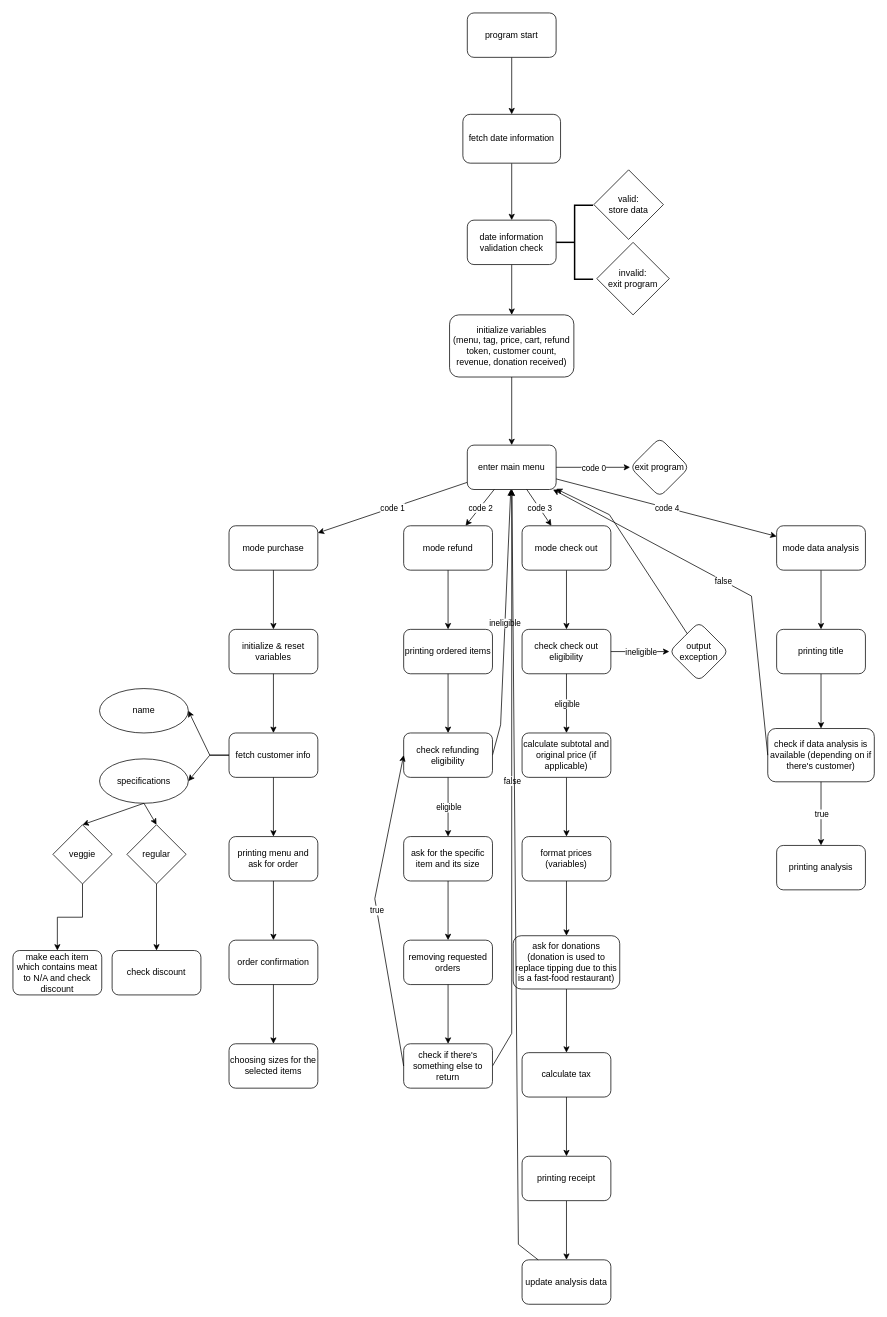
powersagitar/ICS2O1 keeps this draw.io diagram as src/nestedLoop/main/nested loop.drawio/drawio source document.drawio. Above is the earlier version. Source tidied: cells renumbered, new cells numbered last; positions are measured from the earlier drawing's top-left corner, leaving out a move shared by most shapes. Both pictures are drawn from the tidied source at 74%, with x=0, y=0 at pixel (13, 13).
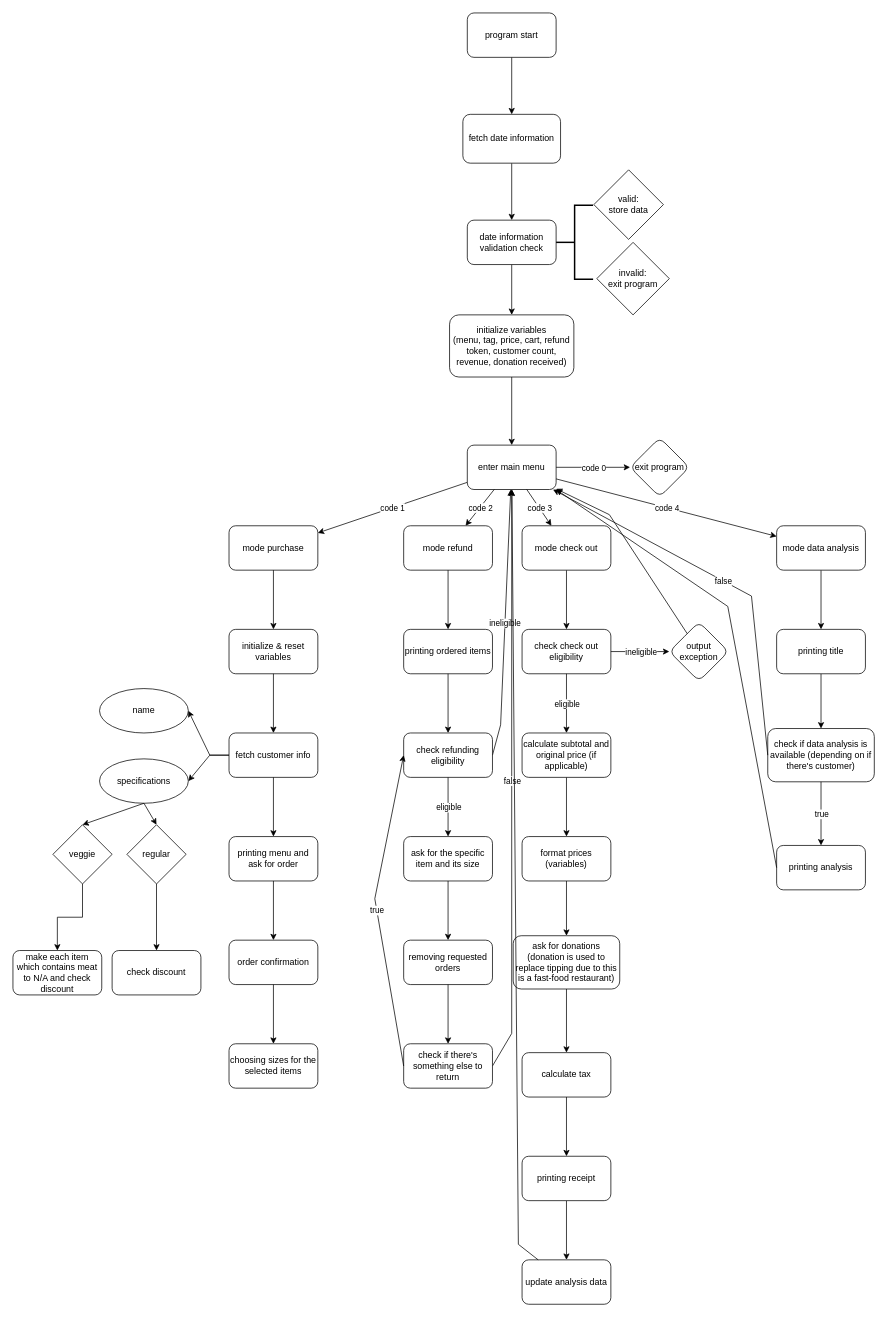
After the change.

Unchanged cells that the change refers to:
```xml
<mxCell id="13" value="enter main menu" style="whiteSpace=wrap;html=1;rounded=1;" parent="1" vertex="1">
  <mxGeometry x="614" y="584" width="120" height="60" as="geometry" />
</mxCell>
<mxCell id="94" value="printing analysis" style="rounded=1;whiteSpace=wrap;html=1;" parent="1" vertex="1">
  <mxGeometry x="1032" y="1125" width="120" height="60" as="geometry" />
</mxCell>
```

Change to the diagram source:
```diff
@@
+    <mxCell id="99" style="endArrow=classic;html=1;rounded=0;exitX=0;exitY=0.5;exitDx=0;exitDy=0;entryX=1;entryY=1;entryDx=0;entryDy=0;" parent="1" edge="1" source="94" target="13">
+      <mxGeometry relative="1" as="geometry">
+        <Array as="points">
+          <mxPoint x="966" y="802" />
+        </Array>
+      </mxGeometry>
+    </mxCell>
```
